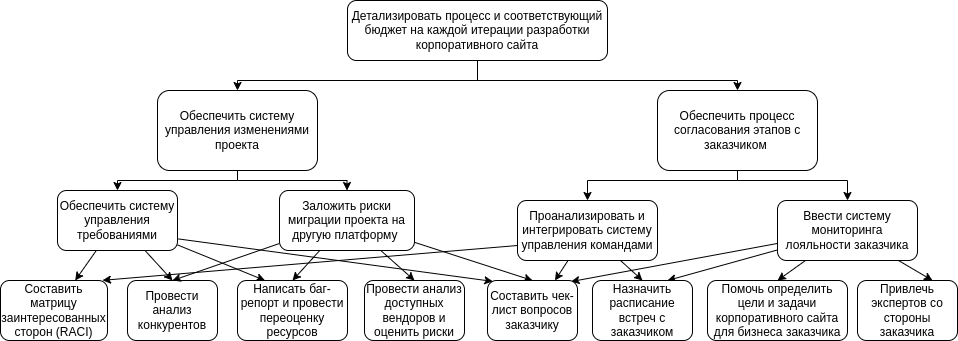
The draw.io diagram 3_курс/5_семестр/ТСиСА/Курсовая/модели2ч-Дерево целей.drawio.png in Luzinsan/tusur, before a commit. Source tidied: cells renumbered, new cells last; positions are measured from the earlier drawing's top-left corner, leaving out a move shared by most shapes.
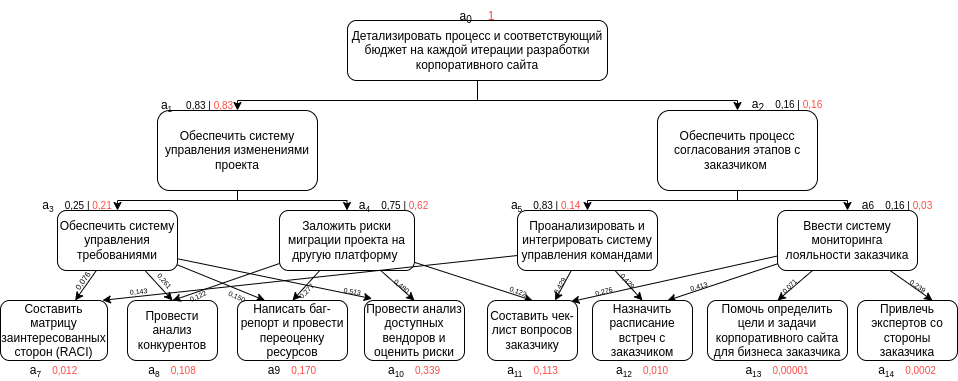
Above is the later version.

Change to the diagram source:
```diff
@@ -46,7 +46,7 @@
     <mxCell id="9" style="edgeStyle=none;rounded=0;jettySize=auto;html=1;entryX=0.5;entryY=0;entryDx=0;entryDy=0;" parent="1" edge="1" source="12" target="14">
       <mxGeometry relative="1" as="geometry" />
     </mxCell>
-    <mxCell id="10" style="edgeStyle=none;rounded=0;jettySize=auto;html=1;entryX=0.059;entryY=0.015;entryDx=0;entryDy=0;entryPerimeter=0;exitX=1.007;exitY=0.807;exitDx=0;exitDy=0;exitPerimeter=0;" parent="1" edge="1" source="12" target="34">
+    <mxCell id="10" style="edgeStyle=none;rounded=0;jettySize=auto;html=1;entryX=0.076;entryY=-0.03;entryDx=0;entryDy=0;exitX=1.007;exitY=0.807;exitDx=0;exitDy=0;exitPerimeter=0;entryPerimeter=0;" parent="1" edge="1" source="12" target="21">
       <mxGeometry relative="1" as="geometry" />
     </mxCell>
     <mxCell id="11" style="edgeStyle=none;rounded=0;jettySize=auto;html=1;entryX=0.25;entryY=0;entryDx=0;entryDy=0;" parent="1" edge="1" source="12" target="20">
@@ -111,7 +111,7 @@
       <mxGeometry relative="1" as="geometry" />
     </mxCell>
     <mxCell id="28" value="Проанализировать и интегрировать систему управления командами" style="rounded=1;whiteSpace=wrap;html=1;" parent="1" vertex="1">
-      <mxGeometry x="517" y="200" width="140" height="60" as="geometry" />
+      <mxGeometry x="517" y="190" width="140" height="60" as="geometry" />
     </mxCell>
     <mxCell id="29" style="edgeStyle=none;rounded=0;jettySize=auto;html=1;entryX=0.75;entryY=0;entryDx=0;entryDy=0;" parent="1" edge="1" source="33" target="37">
       <mxGeometry relative="1" as="geometry" />
@@ -126,7 +126,7 @@
       <mxGeometry relative="1" as="geometry" />
     </mxCell>
     <mxCell id="33" value="Ввести систему мониторинга лояльности заказчика" style="rounded=1;whiteSpace=wrap;html=1;" parent="1" vertex="1">
-      <mxGeometry x="777" y="200" width="140" height="60" as="geometry" />
+      <mxGeometry x="777" y="190" width="140" height="60" as="geometry" />
     </mxCell>
     <mxCell id="34" value="Составить чек-лист вопросов заказчику" style="rounded=1;whiteSpace=wrap;html=1;" parent="1" vertex="1">
       <mxGeometry x="487" y="280" width="90" height="60" as="geometry" />
@@ -140,5 +140,95 @@
     <mxCell id="37" value="Привлечь экспертов со стороны заказчика" style="rounded=1;whiteSpace=wrap;html=1;" parent="1" vertex="1">
       <mxGeometry x="857" y="280" width="100" height="60" as="geometry" />
     </mxCell>
+    <mxCell id="38" value="a&lt;sub&gt;0&lt;/sub&gt;&lt;sup&gt;&amp;nbsp;&lt;/sup&gt;&amp;nbsp; &amp;nbsp; &lt;font color=&quot;#ff4b45&quot;&gt;1&lt;/font&gt;" style="text;html=1;strokeColor=none;fillColor=none;align=center;verticalAlign=middle;whiteSpace=wrap;rounded=0;" parent="1" vertex="1">
+      <mxGeometry x="447" y="-20" width="60" height="30" as="geometry" />
+    </mxCell>
+    <mxCell id="39" value="a&lt;span style=&quot;font-size: 10px;&quot;&gt;&lt;sub&gt;1&lt;/sub&gt;&amp;nbsp; &amp;nbsp; &amp;nbsp;0,83 | &lt;font color=&quot;#ff4b45&quot;&gt;0,83&lt;/font&gt;&lt;/span&gt;" style="text;html=1;strokeColor=none;fillColor=none;align=center;verticalAlign=middle;whiteSpace=wrap;rounded=0;" parent="1" vertex="1">
+      <mxGeometry x="157" y="70" width="80" height="30" as="geometry" />
+    </mxCell>
+    <mxCell id="40" value="a&lt;sub&gt;2&lt;/sub&gt;&lt;span style=&quot;font-size: 10px;&quot;&gt;&amp;nbsp;&amp;nbsp; &amp;nbsp;0,16 |&amp;nbsp;&lt;/span&gt;&lt;font style=&quot;font-size: 10px;&quot; color=&quot;#ff4b45&quot;&gt;0,16&lt;/font&gt;" style="text;html=1;strokeColor=none;fillColor=none;align=center;verticalAlign=middle;whiteSpace=wrap;rounded=0;" parent="1" vertex="1">
+      <mxGeometry x="747" y="70" width="80" height="30" as="geometry" />
+    </mxCell>
+    <mxCell id="41" value="a&lt;span style=&quot;font-size: 10px;&quot;&gt;&lt;sub&gt;3&lt;/sub&gt;&lt;/span&gt;&lt;span style=&quot;font-size: 10px;&quot;&gt;&amp;nbsp;&amp;nbsp; &amp;nbsp;0,25 |&amp;nbsp;&lt;/span&gt;&lt;font style=&quot;font-size: 10px;&quot; color=&quot;#ff4b45&quot;&gt;0,21&lt;/font&gt;" style="text;html=1;strokeColor=none;fillColor=none;align=center;verticalAlign=middle;whiteSpace=wrap;rounded=0;" parent="1" vertex="1">
+      <mxGeometry x="37" y="170" width="80" height="30" as="geometry" />
+    </mxCell>
+    <mxCell id="42" value="a&lt;span style=&quot;font-size: 10px;&quot;&gt;&lt;sub&gt;4&lt;/sub&gt;&lt;/span&gt;&lt;span style=&quot;font-size: 10px;&quot;&gt;&amp;nbsp;&amp;nbsp; &amp;nbsp;0,75 |&amp;nbsp;&lt;/span&gt;&lt;font style=&quot;font-size: 10px;&quot; color=&quot;#ff4b45&quot;&gt;0,62&lt;/font&gt;" style="text;html=1;strokeColor=none;fillColor=none;align=center;verticalAlign=middle;whiteSpace=wrap;rounded=0;" parent="1" vertex="1">
+      <mxGeometry x="357" y="170" width="73" height="30" as="geometry" />
+    </mxCell>
+    <mxCell id="43" value="a&lt;span style=&quot;font-size: 10px;&quot;&gt;&lt;sub&gt;7&lt;/sub&gt;&lt;/span&gt;&lt;span style=&quot;font-size: 10px;&quot;&gt;&amp;nbsp; &amp;nbsp; &lt;/span&gt;&lt;font style=&quot;font-size: 10px;&quot; color=&quot;#ff4b45&quot;&gt;0,012&lt;/font&gt;" style="text;html=1;strokeColor=none;fillColor=none;align=center;verticalAlign=middle;whiteSpace=wrap;rounded=0;" parent="1" vertex="1">
+      <mxGeometry x="15" y="340" width="77" height="20" as="geometry" />
+    </mxCell>
+    <mxCell id="44" value="a&lt;span style=&quot;font-size: 10px;&quot;&gt;&lt;sub&gt;8&lt;/sub&gt;&lt;/span&gt;&lt;span style=&quot;font-size: 10px;&quot;&gt;&amp;nbsp;&amp;nbsp; &amp;nbsp;&lt;/span&gt;&lt;font style=&quot;font-size: 10px;&quot; color=&quot;#ff4b45&quot;&gt;0,108&lt;/font&gt;" style="text;html=1;strokeColor=none;fillColor=none;align=center;verticalAlign=middle;whiteSpace=wrap;rounded=0;" parent="1" vertex="1">
+      <mxGeometry x="132" y="340" width="80" height="20" as="geometry" />
+    </mxCell>
+    <mxCell id="45" value="a&lt;span style=&quot;font-size: 10px;&quot;&gt;9&lt;/span&gt;&lt;span style=&quot;font-size: 10px;&quot;&gt;&amp;nbsp;&amp;nbsp; &amp;nbsp;&lt;/span&gt;&lt;font style=&quot;font-size: 10px;&quot; color=&quot;#ff4b45&quot;&gt;0,170&lt;/font&gt;" style="text;html=1;strokeColor=none;fillColor=none;align=center;verticalAlign=middle;whiteSpace=wrap;rounded=0;" parent="1" vertex="1">
+      <mxGeometry x="252" y="340" width="80" height="20" as="geometry" />
+    </mxCell>
+    <mxCell id="46" value="a&lt;span style=&quot;font-size: 10px;&quot;&gt;&lt;sub&gt;10&lt;/sub&gt;&lt;/span&gt;&lt;span style=&quot;font-size: 10px;&quot;&gt;&amp;nbsp;&amp;nbsp; &amp;nbsp;&lt;/span&gt;&lt;font style=&quot;font-size: 10px;&quot; color=&quot;#ff4b45&quot;&gt;0,339&lt;/font&gt;" style="text;html=1;strokeColor=none;fillColor=none;align=center;verticalAlign=middle;whiteSpace=wrap;rounded=0;" parent="1" vertex="1">
+      <mxGeometry x="373" y="340" width="82" height="20" as="geometry" />
+    </mxCell>
+    <mxCell id="47" value="a&lt;span style=&quot;font-size: 10px;&quot;&gt;&lt;sub&gt;11&lt;/sub&gt;&lt;/span&gt;&lt;span style=&quot;font-size: 10px;&quot;&gt;&amp;nbsp;&amp;nbsp; &amp;nbsp;&lt;/span&gt;&lt;font style=&quot;font-size: 10px;&quot; color=&quot;#ff4b45&quot;&gt;0,113&lt;/font&gt;" style="text;html=1;strokeColor=none;fillColor=none;align=center;verticalAlign=middle;whiteSpace=wrap;rounded=0;" parent="1" vertex="1">
+      <mxGeometry x="490.5" y="340" width="83" height="20" as="geometry" />
+    </mxCell>
+    <mxCell id="48" value="a&lt;span style=&quot;font-size: 10px;&quot;&gt;&lt;sub&gt;12&lt;/sub&gt;&lt;/span&gt;&lt;span style=&quot;font-size: 10px;&quot;&gt;&amp;nbsp;&amp;nbsp; &amp;nbsp;&lt;/span&gt;&lt;font style=&quot;font-size: 10px;&quot; color=&quot;#ff4b45&quot;&gt;0,010&lt;/font&gt;" style="text;html=1;strokeColor=none;fillColor=none;align=center;verticalAlign=middle;whiteSpace=wrap;rounded=0;" parent="1" vertex="1">
+      <mxGeometry x="612" y="340" width="60" height="20" as="geometry" />
+    </mxCell>
+    <mxCell id="49" value="a&lt;span style=&quot;font-size: 10px;&quot;&gt;&lt;sub&gt;5&lt;/sub&gt;&lt;/span&gt;&lt;span style=&quot;font-size: 10px;&quot;&gt;&amp;nbsp;&amp;nbsp; &amp;nbsp;0,83 |&amp;nbsp;&lt;/span&gt;&lt;font style=&quot;font-size: 10px;&quot; color=&quot;#ff4b45&quot;&gt;0,14&amp;nbsp;&lt;/font&gt;" style="text;html=1;strokeColor=none;fillColor=none;align=center;verticalAlign=middle;whiteSpace=wrap;rounded=0;" parent="1" vertex="1">
+      <mxGeometry x="507" y="170" width="80" height="30" as="geometry" />
+    </mxCell>
+    <mxCell id="50" value="a&lt;span style=&quot;font-size: 10px;&quot;&gt;6&lt;/span&gt;&lt;span style=&quot;font-size: 10px;&quot;&gt;&amp;nbsp;&amp;nbsp; &amp;nbsp;0,16 |&amp;nbsp;&lt;/span&gt;&lt;font style=&quot;font-size: 10px;&quot; color=&quot;#ff4b45&quot;&gt;0,03&lt;/font&gt;" style="text;html=1;strokeColor=none;fillColor=none;align=center;verticalAlign=middle;whiteSpace=wrap;rounded=0;" parent="1" vertex="1">
+      <mxGeometry x="857" y="170" width="80" height="30" as="geometry" />
+    </mxCell>
+    <mxCell id="51" value="a&lt;span style=&quot;font-size: 10px;&quot;&gt;&lt;sub&gt;13&lt;/sub&gt;&lt;/span&gt;&lt;span style=&quot;font-size: 10px;&quot;&gt;&amp;nbsp;&amp;nbsp; &amp;nbsp;&lt;/span&gt;&lt;font style=&quot;font-size: 10px;&quot; color=&quot;#ff4b45&quot;&gt;0,00001&lt;/font&gt;" style="text;html=1;strokeColor=none;fillColor=none;align=center;verticalAlign=middle;whiteSpace=wrap;rounded=0;" parent="1" vertex="1">
+      <mxGeometry x="742" y="340" width="70" height="20" as="geometry" />
+    </mxCell>
+    <mxCell id="52" value="a&lt;span style=&quot;font-size: 10px;&quot;&gt;&lt;sub&gt;14&lt;/sub&gt;&lt;/span&gt;&lt;span style=&quot;font-size: 10px;&quot;&gt;&amp;nbsp;&amp;nbsp; &amp;nbsp;&lt;/span&gt;&lt;font style=&quot;font-size: 10px;&quot; color=&quot;#ff4b45&quot;&gt;0,0002&lt;/font&gt;" style="text;html=1;strokeColor=none;fillColor=none;align=center;verticalAlign=middle;whiteSpace=wrap;rounded=0;" parent="1" vertex="1">
+      <mxGeometry x="877" y="340" width="60" height="20" as="geometry" />
+    </mxCell>
+    <mxCell id="53" value="&lt;font style=&quot;&quot;&gt;&lt;font style=&quot;font-size: 8px;&quot;&gt;0,076&lt;/font&gt;&lt;br&gt;&lt;/font&gt;" style="text;html=1;strokeColor=none;fillColor=none;align=center;verticalAlign=middle;whiteSpace=wrap;rounded=0;rotation=-55;" parent="1" vertex="1">
+      <mxGeometry x="67" y="255" width="30" height="10" as="geometry" />
+    </mxCell>
+    <mxCell id="54" value="&lt;font style=&quot;&quot;&gt;&lt;font style=&quot;font-size: 7px;&quot;&gt;0,143&lt;/font&gt;&lt;br&gt;&lt;/font&gt;" style="text;html=1;strokeColor=none;fillColor=none;align=center;verticalAlign=middle;whiteSpace=wrap;rounded=0;rotation=-5;" parent="1" vertex="1">
+      <mxGeometry x="127" y="265" width="23" height="10" as="geometry" />
+    </mxCell>
+    <mxCell id="55" value="&lt;font style=&quot;&quot;&gt;&lt;font style=&quot;font-size: 7px;&quot;&gt;0,261&lt;/font&gt;&lt;br&gt;&lt;/font&gt;" style="text;html=1;strokeColor=none;fillColor=none;align=center;verticalAlign=middle;whiteSpace=wrap;rounded=0;rotation=50;" parent="1" vertex="1">
+      <mxGeometry x="154" y="255" width="23" height="10" as="geometry" />
+    </mxCell>
+    <mxCell id="56" value="&lt;font style=&quot;&quot;&gt;&lt;font style=&quot;font-size: 7px;&quot;&gt;0,150&lt;/font&gt;&lt;br&gt;&lt;/font&gt;" style="text;html=1;strokeColor=none;fillColor=none;align=center;verticalAlign=middle;whiteSpace=wrap;rounded=0;rotation=25;" parent="1" vertex="1">
+      <mxGeometry x="225.5" y="270" width="23" height="10" as="geometry" />
+    </mxCell>
+    <mxCell id="57" value="&lt;font style=&quot;&quot;&gt;&lt;font style=&quot;font-size: 7px;&quot;&gt;0,277&lt;/font&gt;&lt;br&gt;&lt;/font&gt;" style="text;html=1;strokeColor=none;fillColor=none;align=center;verticalAlign=middle;whiteSpace=wrap;rounded=0;rotation=-46;" parent="1" vertex="1">
+      <mxGeometry x="294" y="265" width="23" height="10" as="geometry" />
+    </mxCell>
+    <mxCell id="58" value="&lt;font style=&quot;&quot;&gt;&lt;font style=&quot;font-size: 7px;&quot;&gt;0,122&lt;/font&gt;&lt;br&gt;&lt;/font&gt;" style="text;html=1;strokeColor=none;fillColor=none;align=center;verticalAlign=middle;whiteSpace=wrap;rounded=0;rotation=-25;" parent="1" vertex="1">
+      <mxGeometry x="185.5" y="270" width="23" height="10" as="geometry" />
+    </mxCell>
+    <mxCell id="59" value="&lt;font style=&quot;&quot;&gt;&lt;font style=&quot;font-size: 7px;&quot;&gt;0,513&lt;/font&gt;&lt;br&gt;&lt;/font&gt;" style="text;html=1;strokeColor=none;fillColor=none;align=center;verticalAlign=middle;whiteSpace=wrap;rounded=0;rotation=10;" parent="1" vertex="1">
+      <mxGeometry x="341" y="265" width="23" height="10" as="geometry" />
+    </mxCell>
+    <mxCell id="60" value="&lt;font style=&quot;&quot;&gt;&lt;font style=&quot;font-size: 7px;&quot;&gt;0,480&lt;/font&gt;&lt;br&gt;&lt;/font&gt;" style="text;html=1;strokeColor=none;fillColor=none;align=center;verticalAlign=middle;whiteSpace=wrap;rounded=0;rotation=40;" parent="1" vertex="1">
+      <mxGeometry x="391" y="260" width="23" height="10" as="geometry" />
+    </mxCell>
+    <mxCell id="61" value="&lt;font style=&quot;&quot;&gt;&lt;font style=&quot;font-size: 7px;&quot;&gt;0,122&lt;/font&gt;&lt;br&gt;&lt;/font&gt;" style="text;html=1;strokeColor=none;fillColor=none;align=center;verticalAlign=middle;whiteSpace=wrap;rounded=0;rotation=20;" parent="1" vertex="1">
+      <mxGeometry x="507" y="265" width="23" height="10" as="geometry" />
+    </mxCell>
+    <mxCell id="62" value="&lt;font style=&quot;&quot;&gt;&lt;font style=&quot;font-size: 7px;&quot;&gt;0,429&lt;/font&gt;&lt;br&gt;&lt;/font&gt;" style="text;html=1;strokeColor=none;fillColor=none;align=center;verticalAlign=middle;whiteSpace=wrap;rounded=0;rotation=-60;" parent="1" vertex="1">
+      <mxGeometry x="547" y="260" width="23" height="10" as="geometry" />
+    </mxCell>
+    <mxCell id="63" value="&lt;font style=&quot;&quot;&gt;&lt;font style=&quot;font-size: 7px;&quot;&gt;0,276&lt;/font&gt;&lt;br&gt;&lt;/font&gt;" style="text;html=1;strokeColor=none;fillColor=none;align=center;verticalAlign=middle;whiteSpace=wrap;rounded=0;rotation=-15;" parent="1" vertex="1">
+      <mxGeometry x="592" y="265" width="23" height="10" as="geometry" />
+    </mxCell>
+    <mxCell id="64" value="&lt;font style=&quot;&quot;&gt;&lt;font style=&quot;font-size: 7px;&quot;&gt;0,429&lt;/font&gt;&lt;br&gt;&lt;/font&gt;" style="text;html=1;strokeColor=none;fillColor=none;align=center;verticalAlign=middle;whiteSpace=wrap;rounded=0;rotation=48;" parent="1" vertex="1">
+      <mxGeometry x="617" y="255" width="23" height="10" as="geometry" />
+    </mxCell>
+    <mxCell id="65" value="&lt;font style=&quot;&quot;&gt;&lt;font style=&quot;font-size: 7px;&quot;&gt;0,413&lt;/font&gt;&lt;br&gt;&lt;/font&gt;" style="text;html=1;strokeColor=none;fillColor=none;align=center;verticalAlign=middle;whiteSpace=wrap;rounded=0;rotation=-15;" parent="1" vertex="1">
+      <mxGeometry x="687" y="260" width="23" height="10" as="geometry" />
+    </mxCell>
+    <mxCell id="66" value="&lt;font style=&quot;&quot;&gt;&lt;font style=&quot;font-size: 7px;&quot;&gt;0,071&lt;/font&gt;&lt;br&gt;&lt;/font&gt;" style="text;html=1;strokeColor=none;fillColor=none;align=center;verticalAlign=middle;whiteSpace=wrap;rounded=0;rotation=-45;" parent="1" vertex="1">
+      <mxGeometry x="777" y="260" width="23" height="10" as="geometry" />
+    </mxCell>
+    <mxCell id="67" value="&lt;font style=&quot;&quot;&gt;&lt;font style=&quot;font-size: 7px;&quot;&gt;0,239&lt;/font&gt;&lt;br&gt;&lt;/font&gt;" style="text;html=1;strokeColor=none;fillColor=none;align=center;verticalAlign=middle;whiteSpace=wrap;rounded=0;rotation=35;" parent="1" vertex="1">
+      <mxGeometry x="907" y="260" width="23" height="10" as="geometry" />
+    </mxCell>
   </root>
 </mxGraphModel>
```
